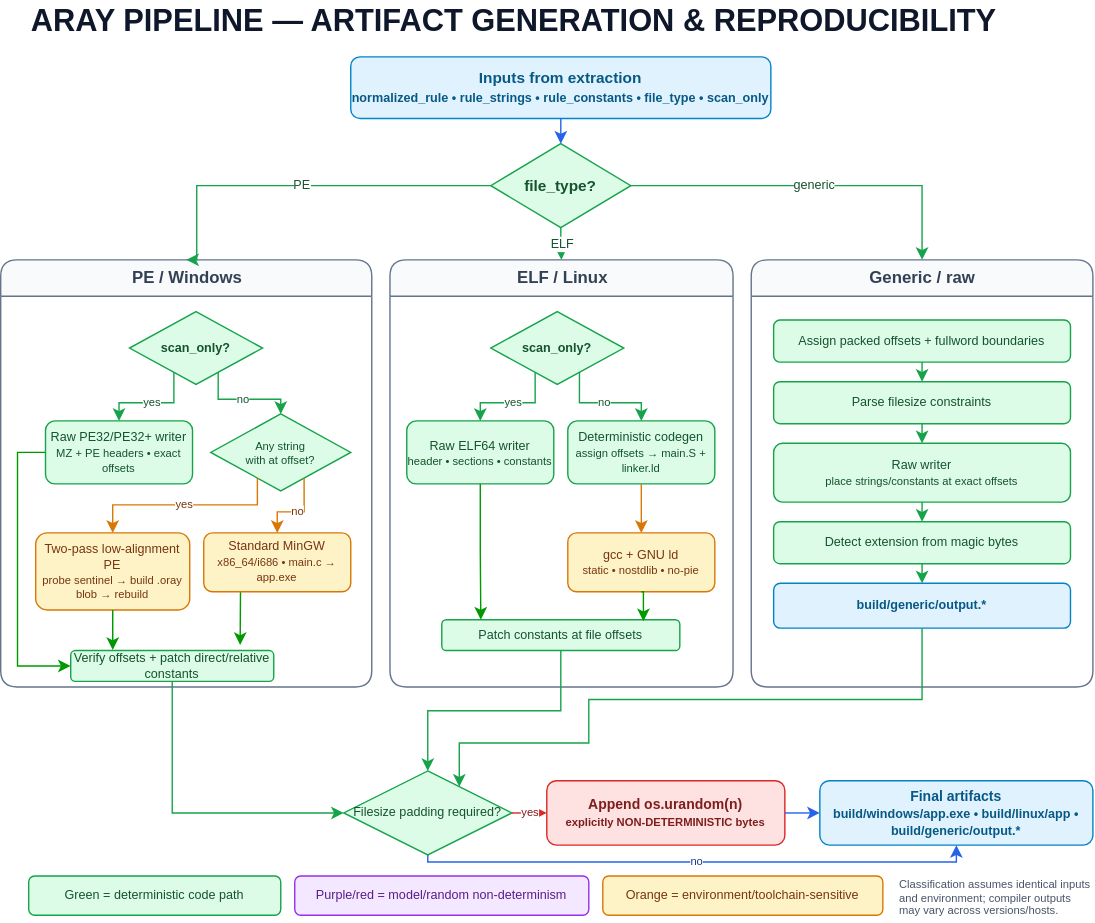
This is docs/site/diagrams/aray-pipeline-determinism-artifacts.svg from c2dc/aray, a draw.io export, as it was before one commit. Source tidied: cells renumbered, new cells last; positions are measured from the earlier drawing's top-left corner, leaving out a move shared by most shapes. Its diagram source:
```xml
<mxGraphModel>
  <root>
    <mxCell id="0" />
    <mxCell id="1" parent="0" />
    <mxCell id="2" value="ARAY PIPELINE — ARTIFACT GENERATION &amp; REPRODUCIBILITY" style="text;html=1;align=left;verticalAlign=middle;fontSize=22;fontStyle=1;fontColor=#0f172a;" parent="1" vertex="1">
      <mxGeometry x="20" width="760" height="30" as="geometry" />
    </mxCell>
    <mxCell id="3" value="Inputs from extraction&lt;br&gt;&lt;font style=&quot;font-size:9px&quot;&gt;normalized_rule • rule_strings • rule_constants • file_type • scan_only&lt;/font&gt;" style="rounded=1;whiteSpace=wrap;html=1;fillColor=#e0f2fe;strokeColor=#0284c7;fontColor=#075985;fontStyle=1;fontSize=11;" parent="1" vertex="1">
      <mxGeometry x="250" y="40" width="300" height="44" as="geometry" />
    </mxCell>
    <mxCell id="4" value="file_type?" style="rhombus;whiteSpace=wrap;html=1;fillColor=#dcfce7;strokeColor=#16a34a;fontColor=#14532d;fontStyle=1;fontSize=11;" parent="1" vertex="1">
      <mxGeometry x="350" y="102" width="100" height="60" as="geometry" />
    </mxCell>
    <mxCell id="5" value="PE / Windows" style="swimlane;html=1;rounded=1;startSize=26;fillColor=#f8fafc;strokeColor=#64748b;fontColor=#334155;fontStyle=1;fontSize=12;" parent="1" vertex="1">
      <mxGeometry y="185" width="265" height="305" as="geometry" />
    </mxCell>
    <mxCell id="6" value="Verify offsets + patch direct/relative constants" style="rounded=1;whiteSpace=wrap;html=1;fillColor=#dcfce7;strokeColor=#16a34a;fontColor=#14532d;fontSize=9;" parent="5" vertex="1">
      <mxGeometry x="50" y="279" width="145" height="22" as="geometry" />
    </mxCell>
    <mxCell id="7" value="scan_only?" style="rhombus;whiteSpace=wrap;html=1;fillColor=#dcfce7;strokeColor=#16a34a;fontColor=#14532d;fontStyle=1;fontSize=9;" parent="1" vertex="1">
      <mxGeometry x="92" y="222" width="95" height="52" as="geometry" />
    </mxCell>
    <mxCell id="8" style="edgeStyle=orthogonalEdgeStyle;rounded=0;jettySize=auto;html=1;exitX=0;exitY=0.5;exitDx=0;exitDy=0;entryX=0;entryY=0.5;entryDx=0;entryDy=0;strokeColor=#009900;" parent="1" edge="1" source="9" target="6">
      <mxGeometry relative="1" as="geometry" />
    </mxCell>
    <mxCell id="9" value="Raw PE32/PE32+ writer&lt;br&gt;&lt;font style=&quot;font-size:8px&quot;&gt;MZ + PE headers • exact offsets&lt;/font&gt;" style="rounded=1;whiteSpace=wrap;html=1;fillColor=#dcfce7;strokeColor=#16a34a;fontColor=#14532d;fontSize=9;" parent="1" vertex="1">
      <mxGeometry x="32" y="300" width="105" height="45" as="geometry" />
    </mxCell>
    <mxCell id="10" value="Any string&lt;br&gt;with at offset?" style="rhombus;whiteSpace=wrap;html=1;fillColor=#dcfce7;strokeColor=#16a34a;fontColor=#14532d;fontSize=8;" parent="1" vertex="1">
      <mxGeometry x="150" y="295" width="100" height="55" as="geometry" />
    </mxCell>
    <mxCell id="11" style="edgeStyle=orthogonalEdgeStyle;rounded=0;jettySize=auto;html=1;exitX=0.25;exitY=1;exitDx=0;exitDy=0;strokeColor=#009900;" parent="1" edge="1" source="12">
      <mxGeometry relative="1" as="geometry">
        <mxPoint x="171" y="460" as="targetPoint" />
      </mxGeometry>
    </mxCell>
    <mxCell id="12" value="Standard MinGW&lt;br&gt;&lt;font style=&quot;font-size:8px&quot;&gt;x86_64/i686 • main.c → app.exe&lt;/font&gt;" style="rounded=1;whiteSpace=wrap;html=1;fillColor=#fef3c7;strokeColor=#d97706;fontColor=#78350f;fontSize=9;" parent="1" vertex="1">
      <mxGeometry x="145" y="380" width="105" height="42" as="geometry" />
    </mxCell>
    <mxCell id="13" value="Two-pass low-alignment PE&lt;br&gt;&lt;font style=&quot;font-size:8px&quot;&gt;probe sentinel → build .oray blob → rebuild&lt;/font&gt;" style="rounded=1;whiteSpace=wrap;html=1;fillColor=#fef3c7;strokeColor=#d97706;fontColor=#78350f;fontSize=9;" parent="1" vertex="1">
      <mxGeometry x="25" y="380" width="110" height="55" as="geometry" />
    </mxCell>
    <mxCell id="14" value="ELF / Linux" style="swimlane;html=1;rounded=1;startSize=26;fillColor=#f8fafc;strokeColor=#64748b;fontColor=#334155;fontStyle=1;fontSize=12;" parent="1" vertex="1">
      <mxGeometry x="278" y="185" width="245" height="305" as="geometry" />
    </mxCell>
    <mxCell id="15" value="scan_only?" style="rhombus;whiteSpace=wrap;html=1;fillColor=#dcfce7;strokeColor=#16a34a;fontColor=#14532d;fontStyle=1;fontSize=9;" parent="1" vertex="1">
      <mxGeometry x="350" y="222" width="95" height="52" as="geometry" />
    </mxCell>
    <mxCell id="16" value="Raw ELF64 writer&lt;br&gt;&lt;font style=&quot;font-size:8px&quot;&gt;header • sections • constants&lt;/font&gt;" style="rounded=1;whiteSpace=wrap;html=1;fillColor=#dcfce7;strokeColor=#16a34a;fontColor=#14532d;fontSize=9;" parent="1" vertex="1">
      <mxGeometry x="290" y="300" width="105" height="45" as="geometry" />
    </mxCell>
    <mxCell id="17" value="Deterministic codegen&lt;br&gt;&lt;font style=&quot;font-size:8px&quot;&gt;assign offsets → main.S + linker.ld&lt;/font&gt;" style="rounded=1;whiteSpace=wrap;html=1;fillColor=#dcfce7;strokeColor=#16a34a;fontColor=#14532d;fontSize=9;" parent="1" vertex="1">
      <mxGeometry x="405" y="300" width="105" height="45" as="geometry" />
    </mxCell>
    <mxCell id="18" value="gcc + GNU ld&lt;br&gt;&lt;font style=&quot;font-size:8px&quot;&gt;static • nostdlib • no-pie&lt;/font&gt;" style="rounded=1;whiteSpace=wrap;html=1;fillColor=#fef3c7;strokeColor=#d97706;fontColor=#78350f;fontSize=9;" parent="1" vertex="1">
      <mxGeometry x="405" y="380" width="105" height="42" as="geometry" />
    </mxCell>
    <mxCell id="19" value="Patch constants at file offsets" style="rounded=1;whiteSpace=wrap;html=1;fillColor=#dcfce7;strokeColor=#16a34a;fontColor=#14532d;fontSize=9;" parent="1" vertex="1">
      <mxGeometry x="315" y="442" width="170" height="22" as="geometry" />
    </mxCell>
    <mxCell id="20" value="Generic / raw" style="swimlane;html=1;rounded=1;startSize=26;fillColor=#f8fafc;strokeColor=#64748b;fontColor=#334155;fontStyle=1;fontSize=12;" parent="1" vertex="1">
      <mxGeometry x="536" y="185" width="244" height="305" as="geometry" />
    </mxCell>
    <mxCell id="21" value="Assign packed offsets + fullword boundaries" style="rounded=1;whiteSpace=wrap;html=1;fillColor=#dcfce7;strokeColor=#16a34a;fontColor=#14532d;fontSize=9;" parent="1" vertex="1">
      <mxGeometry x="552" y="228" width="212" height="30" as="geometry" />
    </mxCell>
    <mxCell id="22" value="Parse filesize constraints" style="rounded=1;whiteSpace=wrap;html=1;fillColor=#dcfce7;strokeColor=#16a34a;fontColor=#14532d;fontSize=9;" parent="1" vertex="1">
      <mxGeometry x="552" y="272" width="212" height="30" as="geometry" />
    </mxCell>
    <mxCell id="23" value="Raw writer&lt;br&gt;&lt;font style=&quot;font-size:8px&quot;&gt;place strings/constants at exact offsets&lt;/font&gt;" style="rounded=1;whiteSpace=wrap;html=1;fillColor=#dcfce7;strokeColor=#16a34a;fontColor=#14532d;fontSize=9;" parent="1" vertex="1">
      <mxGeometry x="552" y="316" width="212" height="42" as="geometry" />
    </mxCell>
    <mxCell id="24" value="Detect extension from magic bytes" style="rounded=1;whiteSpace=wrap;html=1;fillColor=#dcfce7;strokeColor=#16a34a;fontColor=#14532d;fontSize=9;" parent="1" vertex="1">
      <mxGeometry x="552" y="372" width="212" height="30" as="geometry" />
    </mxCell>
    <mxCell id="25" value="build/generic/output.*" style="rounded=1;whiteSpace=wrap;html=1;fillColor=#e0f2fe;strokeColor=#0284c7;fontColor=#075985;fontStyle=1;fontSize=9;" parent="1" vertex="1">
      <mxGeometry x="552" y="416" width="212" height="32" as="geometry" />
    </mxCell>
    <mxCell id="26" value="Filesize padding required?" style="rhombus;whiteSpace=wrap;html=1;fillColor=#dcfce7;strokeColor=#16a34a;fontColor=#14532d;fontSize=9;" parent="1" vertex="1">
      <mxGeometry x="245" y="550" width="120" height="60" as="geometry" />
    </mxCell>
    <mxCell id="27" value="Append os.urandom(n)&lt;br&gt;&lt;font style=&quot;font-size:8px&quot;&gt;explicitly NON-DETERMINISTIC bytes&lt;/font&gt;" style="rounded=1;whiteSpace=wrap;html=1;fillColor=#fee2e2;strokeColor=#dc2626;fontColor=#7f1d1d;fontStyle=1;fontSize=10;" parent="1" vertex="1">
      <mxGeometry x="390" y="557" width="170" height="46" as="geometry" />
    </mxCell>
    <mxCell id="28" value="Final artifacts&lt;br&gt;&lt;font style=&quot;font-size:9px&quot;&gt;build/windows/app.exe • build/linux/app • build/generic/output.*&lt;/font&gt;" style="rounded=1;whiteSpace=wrap;html=1;fillColor=#e0f2fe;strokeColor=#0284c7;fontColor=#075985;fontStyle=1;fontSize=10;" parent="1" vertex="1">
      <mxGeometry x="585" y="557" width="195" height="46" as="geometry" />
    </mxCell>
    <mxCell id="29" value="Green = deterministic code path" style="rounded=1;whiteSpace=wrap;html=1;fillColor=#dcfce7;strokeColor=#16a34a;fontColor=#14532d;fontSize=9;" parent="1" vertex="1">
      <mxGeometry x="20" y="625" width="180" height="28" as="geometry" />
    </mxCell>
    <mxCell id="30" value="Purple/red = model/random non-determinism" style="rounded=1;whiteSpace=wrap;html=1;fillColor=#f3e8ff;strokeColor=#9333ea;fontColor=#581c87;fontSize=9;" parent="1" vertex="1">
      <mxGeometry x="210" y="625" width="210" height="28" as="geometry" />
    </mxCell>
    <mxCell id="31" value="Orange = environment/toolchain-sensitive" style="rounded=1;whiteSpace=wrap;html=1;fillColor=#fef3c7;strokeColor=#d97706;fontColor=#78350f;fontSize=9;" parent="1" vertex="1">
      <mxGeometry x="430" y="625" width="200" height="28" as="geometry" />
    </mxCell>
    <mxCell id="32" value="Classification assumes identical inputs and environment; compiler outputs may vary across versions/hosts." style="text;html=1;whiteSpace=wrap;align=left;fontSize=8;fontColor=#475569;" parent="1" vertex="1">
      <mxGeometry x="640" y="620" width="140" height="38" as="geometry" />
    </mxCell>
    <mxCell id="33" style="edgeStyle=orthogonalEdgeStyle;rounded=0;html=1;endArrow=classic;strokeColor=#2563eb;exitX=0.5;exitY=1;entryX=0.5;entryY=0;" parent="1" edge="1" source="3" target="4">
      <mxGeometry relative="1" as="geometry" />
    </mxCell>
    <mxCell id="34" value="PE" style="edgeStyle=orthogonalEdgeStyle;rounded=0;html=1;endArrow=classic;strokeColor=#16a34a;fontColor=#14532d;fontSize=9;exitX=0;exitY=0.5;entryX=0.5;entryY=0;" parent="1" edge="1" source="4" target="5">
      <mxGeometry relative="1" as="geometry">
        <Array as="points">
          <mxPoint x="140" y="132" />
        </Array>
      </mxGeometry>
    </mxCell>
    <mxCell id="35" value="ELF" style="edgeStyle=orthogonalEdgeStyle;rounded=0;html=1;endArrow=classic;strokeColor=#16a34a;fontColor=#14532d;fontSize=9;exitX=0.5;exitY=1;entryX=0.5;entryY=0;" parent="1" edge="1" source="4" target="14">
      <mxGeometry relative="1" as="geometry" />
    </mxCell>
    <mxCell id="36" value="generic" style="edgeStyle=orthogonalEdgeStyle;rounded=0;html=1;endArrow=classic;strokeColor=#16a34a;fontColor=#14532d;fontSize=9;exitX=1;exitY=0.5;entryX=0.5;entryY=0;" parent="1" edge="1" source="4" target="20">
      <mxGeometry relative="1" as="geometry">
        <Array as="points">
          <mxPoint x="658" y="132" />
        </Array>
      </mxGeometry>
    </mxCell>
    <mxCell id="37" value="yes" style="edgeStyle=orthogonalEdgeStyle;rounded=0;html=1;endArrow=classic;strokeColor=#16a34a;fontColor=#14532d;fontSize=8;exitX=0.25;exitY=1;entryX=0.5;entryY=0;" parent="1" edge="1" source="7" target="9">
      <mxGeometry relative="1" as="geometry" />
    </mxCell>
    <mxCell id="38" value="no" style="edgeStyle=orthogonalEdgeStyle;rounded=0;html=1;endArrow=classic;strokeColor=#16a34a;fontColor=#14532d;fontSize=8;exitX=0.75;exitY=1;entryX=0.5;entryY=0;" parent="1" edge="1" source="7" target="10">
      <mxGeometry relative="1" as="geometry" />
    </mxCell>
    <mxCell id="39" value="yes" style="edgeStyle=orthogonalEdgeStyle;rounded=0;html=1;endArrow=classic;strokeColor=#d97706;fontColor=#78350f;fontSize=8;exitX=0.25;exitY=1;entryX=0.5;entryY=0;" parent="1" edge="1" source="10" target="13">
      <mxGeometry relative="1" as="geometry">
        <Array as="points">
          <mxPoint x="183.3" y="360" />
          <mxPoint x="80" y="360" />
        </Array>
      </mxGeometry>
    </mxCell>
    <mxCell id="40" value="no" style="edgeStyle=orthogonalEdgeStyle;rounded=0;html=1;endArrow=classic;strokeColor=#d97706;fontColor=#78350f;fontSize=8;exitX=0.75;exitY=1;entryX=0.5;entryY=0;" parent="1" edge="1" source="10" target="12">
      <mxGeometry relative="1" as="geometry" />
    </mxCell>
    <mxCell id="41" value="yes" style="edgeStyle=orthogonalEdgeStyle;rounded=0;html=1;endArrow=classic;strokeColor=#16a34a;fontColor=#14532d;fontSize=8;exitX=0.25;exitY=1;entryX=0.5;entryY=0;" parent="1" edge="1" source="15" target="16">
      <mxGeometry relative="1" as="geometry" />
    </mxCell>
    <mxCell id="42" value="no" style="edgeStyle=orthogonalEdgeStyle;rounded=0;html=1;endArrow=classic;strokeColor=#16a34a;fontColor=#14532d;fontSize=8;exitX=0.75;exitY=1;entryX=0.5;entryY=0;" parent="1" edge="1" source="15" target="17">
      <mxGeometry relative="1" as="geometry" />
    </mxCell>
    <mxCell id="43" style="edgeStyle=orthogonalEdgeStyle;rounded=0;html=1;endArrow=classic;strokeColor=#d97706;exitX=0.5;exitY=1;entryX=0.5;entryY=0;" parent="1" edge="1" source="17" target="18">
      <mxGeometry relative="1" as="geometry" />
    </mxCell>
    <mxCell id="44" style="edgeStyle=orthogonalEdgeStyle;rounded=0;html=1;endArrow=classic;strokeColor=#16a34a;exitX=0.5;exitY=1;entryX=0.5;entryY=0;" parent="1" edge="1" source="21" target="22">
      <mxGeometry relative="1" as="geometry" />
    </mxCell>
    <mxCell id="45" style="edgeStyle=orthogonalEdgeStyle;rounded=0;html=1;endArrow=classic;strokeColor=#16a34a;exitX=0.5;exitY=1;entryX=0.5;entryY=0;" parent="1" edge="1" source="22" target="23">
      <mxGeometry relative="1" as="geometry" />
    </mxCell>
    <mxCell id="46" style="edgeStyle=orthogonalEdgeStyle;rounded=0;html=1;endArrow=classic;strokeColor=#16a34a;exitX=0.5;exitY=1;entryX=0.5;entryY=0;" parent="1" edge="1" source="23" target="24">
      <mxGeometry relative="1" as="geometry" />
    </mxCell>
    <mxCell id="47" style="edgeStyle=orthogonalEdgeStyle;rounded=0;html=1;endArrow=classic;strokeColor=#16a34a;exitX=0.5;exitY=1;entryX=0.5;entryY=0;" parent="1" edge="1" source="24" target="25">
      <mxGeometry relative="1" as="geometry" />
    </mxCell>
    <mxCell id="48" style="edgeStyle=orthogonalEdgeStyle;rounded=0;html=1;endArrow=classic;strokeColor=#16a34a;exitX=0.5;exitY=1;entryX=0;entryY=0.5;entryDx=0;entryDy=0;" parent="1" edge="1" source="6" target="26">
      <mxGeometry relative="1" as="geometry" />
    </mxCell>
    <mxCell id="49" style="edgeStyle=orthogonalEdgeStyle;rounded=0;html=1;endArrow=classic;strokeColor=#16a34a;exitX=0.5;exitY=1;entryX=0.5;entryY=0;" parent="1" edge="1" source="19" target="26">
      <mxGeometry relative="1" as="geometry" />
    </mxCell>
    <mxCell id="50" style="edgeStyle=orthogonalEdgeStyle;rounded=0;html=1;endArrow=classic;strokeColor=#16a34a;exitX=0.5;exitY=1;entryX=0.8;entryY=0;" parent="1" edge="1" source="25" target="26">
      <mxGeometry relative="1" as="geometry">
        <Array as="points">
          <mxPoint x="658" y="499" />
          <mxPoint x="420" y="499" />
          <mxPoint x="420" y="530" />
          <mxPoint x="327.5" y="530" />
        </Array>
      </mxGeometry>
    </mxCell>
    <mxCell id="51" value="yes" style="edgeStyle=orthogonalEdgeStyle;rounded=0;html=1;endArrow=classic;strokeColor=#dc2626;fontColor=#7f1d1d;fontSize=8;exitX=1;exitY=0.5;entryX=0;entryY=0.5;" parent="1" edge="1" source="26" target="27">
      <mxGeometry relative="1" as="geometry" />
    </mxCell>
    <mxCell id="52" style="edgeStyle=orthogonalEdgeStyle;rounded=0;html=1;endArrow=classic;strokeColor=#2563eb;exitX=1;exitY=0.5;entryX=0;entryY=0.5;" parent="1" edge="1" source="27" target="28">
      <mxGeometry relative="1" as="geometry" />
    </mxCell>
    <mxCell id="53" value="no" style="edgeStyle=orthogonalEdgeStyle;rounded=0;html=1;endArrow=classic;strokeColor=#2563eb;fontColor=#1e3a8a;fontSize=8;exitX=0.5;exitY=1;entryX=0.5;entryY=1;" parent="1" edge="1" source="26" target="28">
      <mxGeometry relative="1" as="geometry">
        <Array as="points">
          <mxPoint x="305" y="615" />
          <mxPoint x="683" y="615" />
        </Array>
      </mxGeometry>
    </mxCell>
    <mxCell id="54" style="edgeStyle=orthogonalEdgeStyle;rounded=0;jettySize=auto;html=1;exitX=0.5;exitY=1;exitDx=0;exitDy=0;entryX=0.207;entryY=-0.017;entryDx=0;entryDy=0;entryPerimeter=0;strokeColor=#009900;" parent="1" edge="1" source="13" target="6">
      <mxGeometry relative="1" as="geometry" />
    </mxCell>
    <mxCell id="55" style="edgeStyle=orthogonalEdgeStyle;rounded=0;jettySize=auto;html=1;exitX=0.5;exitY=1;exitDx=0;exitDy=0;entryX=0.164;entryY=-0.003;entryDx=0;entryDy=0;entryPerimeter=0;strokeColor=#009900;" parent="1" edge="1" source="16" target="19">
      <mxGeometry relative="1" as="geometry" />
    </mxCell>
    <mxCell id="56" style="edgeStyle=orthogonalEdgeStyle;rounded=0;jettySize=auto;html=1;exitX=0.5;exitY=1;exitDx=0;exitDy=0;entryX=0.847;entryY=0.049;entryDx=0;entryDy=0;entryPerimeter=0;strokeColor=#009900;" parent="1" edge="1" source="18" target="19">
      <mxGeometry relative="1" as="geometry" />
    </mxCell>
  </root>
</mxGraphModel>
```
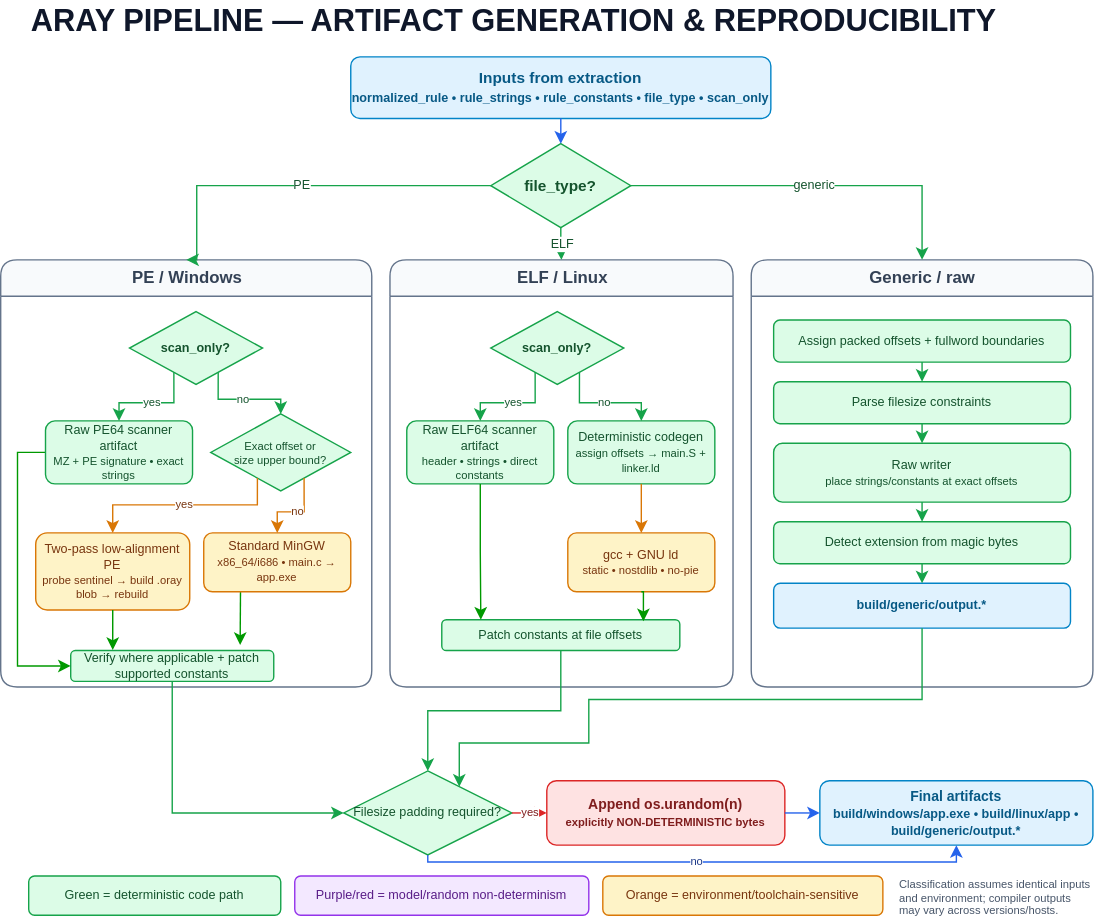
Later version of the same file.

Diff of the diagram source:
```diff
@@ -14,7 +14,7 @@
     <mxCell id="5" value="PE / Windows" style="swimlane;html=1;rounded=1;startSize=26;fillColor=#f8fafc;strokeColor=#64748b;fontColor=#334155;fontStyle=1;fontSize=12;" parent="1" vertex="1">
       <mxGeometry y="185" width="265" height="305" as="geometry" />
     </mxCell>
-    <mxCell id="6" value="Verify offsets + patch direct/relative constants" style="rounded=1;whiteSpace=wrap;html=1;fillColor=#dcfce7;strokeColor=#16a34a;fontColor=#14532d;fontSize=9;" parent="5" vertex="1">
+    <mxCell id="6" value="Verify where applicable + patch supported constants" style="rounded=1;whiteSpace=wrap;html=1;fillColor=#dcfce7;strokeColor=#16a34a;fontColor=#14532d;fontSize=9;" parent="5" vertex="1">
       <mxGeometry x="50" y="279" width="145" height="22" as="geometry" />
     </mxCell>
     <mxCell id="7" value="scan_only?" style="rhombus;whiteSpace=wrap;html=1;fillColor=#dcfce7;strokeColor=#16a34a;fontColor=#14532d;fontStyle=1;fontSize=9;" parent="1" vertex="1">
@@ -23,10 +23,10 @@
     <mxCell id="8" style="edgeStyle=orthogonalEdgeStyle;rounded=0;jettySize=auto;html=1;exitX=0;exitY=0.5;exitDx=0;exitDy=0;entryX=0;entryY=0.5;entryDx=0;entryDy=0;strokeColor=#009900;" parent="1" edge="1" source="9" target="6">
       <mxGeometry relative="1" as="geometry" />
     </mxCell>
-    <mxCell id="9" value="Raw PE32/PE32+ writer&lt;br&gt;&lt;font style=&quot;font-size:8px&quot;&gt;MZ + PE headers • exact offsets&lt;/font&gt;" style="rounded=1;whiteSpace=wrap;html=1;fillColor=#dcfce7;strokeColor=#16a34a;fontColor=#14532d;fontSize=9;" parent="1" vertex="1">
+    <mxCell id="9" value="Raw PE64 scanner artifact&lt;br&gt;&lt;font style=&quot;font-size:8px&quot;&gt;MZ + PE signature • exact strings&lt;/font&gt;" style="rounded=1;whiteSpace=wrap;html=1;fillColor=#dcfce7;strokeColor=#16a34a;fontColor=#14532d;fontSize=9;" parent="1" vertex="1">
       <mxGeometry x="32" y="300" width="105" height="45" as="geometry" />
     </mxCell>
-    <mxCell id="10" value="Any string&lt;br&gt;with at offset?" style="rhombus;whiteSpace=wrap;html=1;fillColor=#dcfce7;strokeColor=#16a34a;fontColor=#14532d;fontSize=8;" parent="1" vertex="1">
+    <mxCell id="10" value="Exact offset or&lt;br&gt;size upper bound?" style="rhombus;whiteSpace=wrap;html=1;fillColor=#dcfce7;strokeColor=#16a34a;fontColor=#14532d;fontSize=8;" parent="1" vertex="1">
       <mxGeometry x="150" y="295" width="100" height="55" as="geometry" />
     </mxCell>
     <mxCell id="11" style="edgeStyle=orthogonalEdgeStyle;rounded=0;jettySize=auto;html=1;exitX=0.25;exitY=1;exitDx=0;exitDy=0;strokeColor=#009900;" parent="1" edge="1" source="12">
@@ -46,7 +46,7 @@
     <mxCell id="15" value="scan_only?" style="rhombus;whiteSpace=wrap;html=1;fillColor=#dcfce7;strokeColor=#16a34a;fontColor=#14532d;fontStyle=1;fontSize=9;" parent="1" vertex="1">
       <mxGeometry x="350" y="222" width="95" height="52" as="geometry" />
     </mxCell>
-    <mxCell id="16" value="Raw ELF64 writer&lt;br&gt;&lt;font style=&quot;font-size:8px&quot;&gt;header • sections • constants&lt;/font&gt;" style="rounded=1;whiteSpace=wrap;html=1;fillColor=#dcfce7;strokeColor=#16a34a;fontColor=#14532d;fontSize=9;" parent="1" vertex="1">
+    <mxCell id="16" value="Raw ELF64 scanner artifact&lt;br&gt;&lt;font style=&quot;font-size:8px&quot;&gt;header • strings • direct constants&lt;/font&gt;" style="rounded=1;whiteSpace=wrap;html=1;fillColor=#dcfce7;strokeColor=#16a34a;fontColor=#14532d;fontSize=9;" parent="1" vertex="1">
       <mxGeometry x="290" y="300" width="105" height="45" as="geometry" />
     </mxCell>
     <mxCell id="17" value="Deterministic codegen&lt;br&gt;&lt;font style=&quot;font-size:8px&quot;&gt;assign offsets → main.S + linker.ld&lt;/font&gt;" style="rounded=1;whiteSpace=wrap;html=1;fillColor=#dcfce7;strokeColor=#16a34a;fontColor=#14532d;fontSize=9;" parent="1" vertex="1">
```
